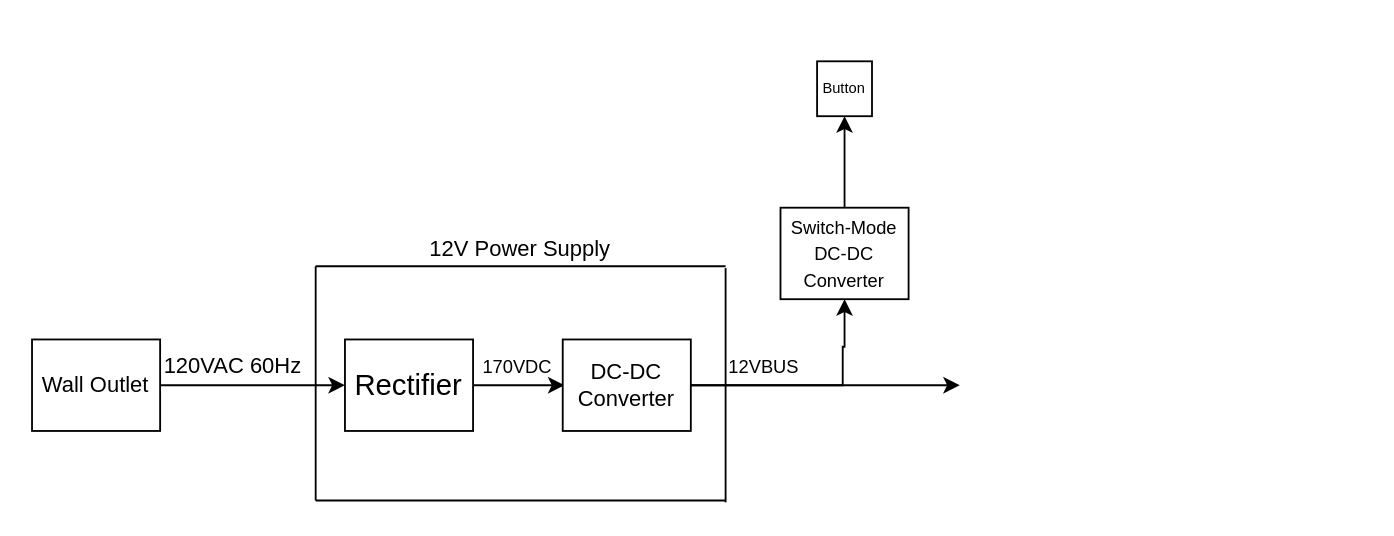
Before: System_Architecture.drawio in CodeAndJosh/fan_project, a draw.io diagram. Source tidied: cells renumbered, new cells numbered last; positions are measured from the earlier drawing's top-left corner, leaving out a move shared by most shapes. Both pictures are drawn from the tidied source at 183%, with x=0, y=0 at pixel (31, 60).
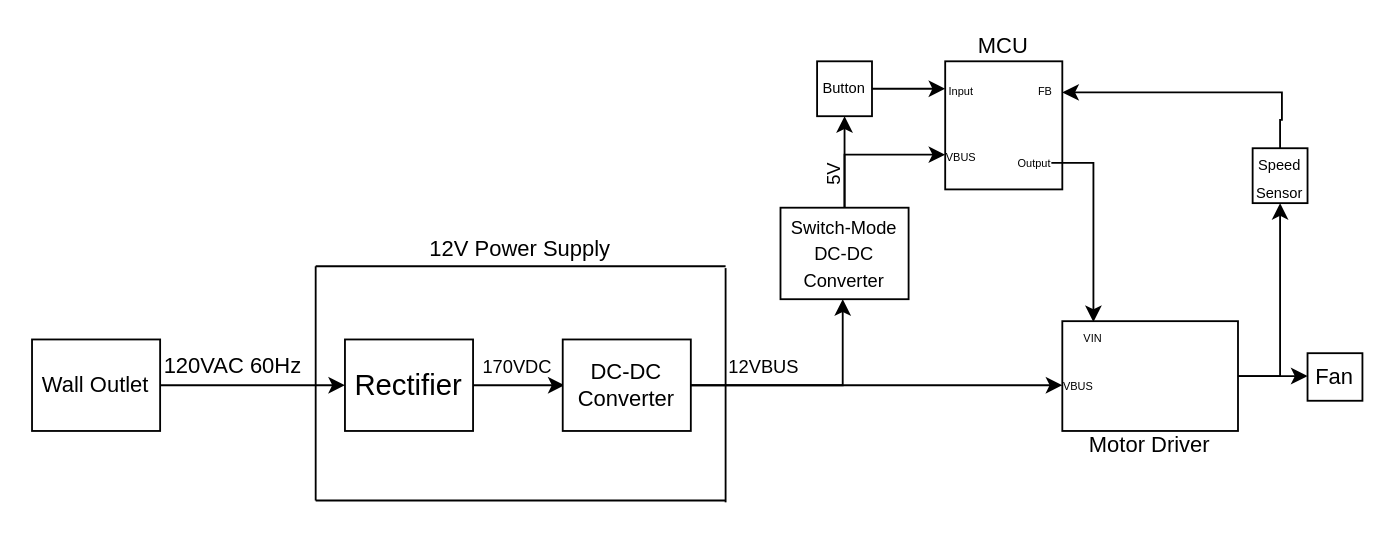
The same diagram, later.

Unchanged cells that the change refers to:
```xml
<mxCell id="8" value="&lt;font style=&quot;font-size: 8px;&quot;&gt;Button&lt;/font&gt;" style="whiteSpace=wrap;html=1;verticalAlign=top;" parent="1" vertex="1">
  <mxGeometry x="429" width="30" height="30" as="geometry" />
</mxCell>
<mxCell id="9" value="&lt;font&gt;DC-DC Converter&lt;/font&gt;" style="rounded=0;whiteSpace=wrap;html=1;" parent="1" vertex="1">
  <mxGeometry x="290" y="152" width="70" height="50" as="geometry" />
</mxCell>
<mxCell id="19" value="&lt;div&gt;&lt;font style=&quot;font-size: 10px;&quot;&gt;Switch-Mode&lt;/font&gt;&lt;/div&gt;&lt;font style=&quot;font-size: 10px;&quot;&gt;DC-DC Converter&lt;/font&gt;" style="rounded=0;whiteSpace=wrap;html=1;" parent="1" vertex="1">
  <mxGeometry x="409" y="80" width="70" height="50" as="geometry" />
</mxCell>
```

Change to the diagram source:
```diff
@@
-    <mxCell id="15" style="endArrow=classic;html=1;rounded=0;exitX=1;exitY=0.5;exitDx=0;exitDy=0;edgeStyle=orthogonalEdgeStyle;" parent="1" edge="1" source="9">
-      <mxGeometry relative="1" as="geometry">
-        <mxPoint x="507" y="177" as="targetPoint" />
-        <Array as="points">
-          <mxPoint x="435" y="177" />
-          <mxPoint x="435" y="177" />
-        </Array>
-      </mxGeometry>
+    <mxCell id="15" style="endArrow=classic;html=1;rounded=0;exitX=1;exitY=0.5;exitDx=0;exitDy=0;edgeStyle=orthogonalEdgeStyle;entryX=0;entryY=0.5;entryDx=0;entryDy=0;" parent="1" edge="1" source="9" target="33">
+      <mxGeometry relative="1" as="geometry" />
     </mxCell>
@@
     <mxCell id="17" style="edgeStyle=orthogonalEdgeStyle;rounded=0;jettySize=auto;html=1;startArrow=classic;startFill=1;endArrow=none;endFill=0;entryX=1;entryY=0.5;entryDx=0;entryDy=0;" parent="1" edge="1" source="19" target="9">
       <mxGeometry relative="1" as="geometry">
         <Array as="points">
-          <mxPoint x="444" y="156" />
-          <mxPoint x="443" y="156" />
           <mxPoint x="443" y="177" />
         </Array>
       </mxGeometry>
     </mxCell>
@@
+    <mxCell id="20" style="rounded=0;whiteSpace=wrap;html=1;horizontal=1;textDirection=vertical-lr;" parent="1" vertex="1">
+      <mxGeometry x="499" width="64" height="70" as="geometry" />
+    </mxCell>
+    <mxCell id="21" value="MCU" style="text;html=1;whiteSpace=wrap;strokeColor=none;fillColor=none;align=center;verticalAlign=middle;rounded=0;" parent="1" vertex="1">
+      <mxGeometry x="487" y="-16" width="88" height="15" as="geometry" />
+    </mxCell>
+    <mxCell id="22" value="&lt;font style=&quot;font-size: 10px;&quot;&gt;5V&lt;/font&gt;" style="text;html=1;whiteSpace=wrap;strokeColor=none;fillColor=none;align=left;verticalAlign=middle;rounded=0;horizontal=0;" parent="1" vertex="1">
+      <mxGeometry x="429" y="55" width="18" height="15" as="geometry" />
+    </mxCell>
+    <mxCell id="23" style="edgeStyle=orthogonalEdgeStyle;rounded=0;jettySize=auto;html=1;entryX=0.5;entryY=1;entryDx=0;entryDy=0;" parent="1" edge="1" source="25" target="37">
+      <mxGeometry relative="1" as="geometry" />
+    </mxCell>
+    <mxCell id="24" style="edgeStyle=orthogonalEdgeStyle;rounded=0;jettySize=auto;html=1;exitX=1;exitY=0.5;exitDx=0;exitDy=0;entryX=0;entryY=0.5;entryDx=0;entryDy=0;" parent="1" edge="1" source="25" target="38">
+      <mxGeometry relative="1" as="geometry" />
+    </mxCell>
+    <mxCell id="25" style="rounded=0;whiteSpace=wrap;html=1;" parent="1" vertex="1">
+      <mxGeometry x="563" y="142" width="96" height="60" as="geometry" />
+    </mxCell>
+    <mxCell id="26" style="edgeStyle=orthogonalEdgeStyle;rounded=0;jettySize=auto;html=1;startArrow=classic;startFill=1;endArrow=none;endFill=0;entryX=0.5;entryY=0;entryDx=0;entryDy=0;" parent="1" edge="1" source="27" target="19">
+      <mxGeometry relative="1" as="geometry">
+        <Array as="points">
+          <mxPoint x="444" y="51" />
+        </Array>
+      </mxGeometry>
+    </mxCell>
+    <mxCell id="27" value="&lt;font style=&quot;font-size: 6px;&quot;&gt;VBUS&lt;/font&gt;" style="text;html=1;whiteSpace=wrap;strokeColor=none;fillColor=none;align=center;verticalAlign=middle;rounded=0;spacing=2;" parent="1" vertex="1">
+      <mxGeometry x="499" y="47" width="18" height="8" as="geometry" />
+    </mxCell>
+    <mxCell id="28" style="edgeStyle=orthogonalEdgeStyle;rounded=0;jettySize=auto;html=1;entryX=1;entryY=0.5;entryDx=0;entryDy=0;startArrow=classic;startFill=1;endArrow=none;endFill=0;" parent="1" edge="1" source="29" target="8">
+      <mxGeometry relative="1" as="geometry" />
+    </mxCell>
+    <mxCell id="29" value="&lt;span style=&quot;font-size: 6px;&quot;&gt;Input&lt;/span&gt;" style="text;html=1;whiteSpace=wrap;strokeColor=none;fillColor=none;align=center;verticalAlign=middle;rounded=0;spacing=2;" parent="1" vertex="1">
+      <mxGeometry x="499" y="11" width="18" height="8" as="geometry" />
+    </mxCell>
+    <mxCell id="30" value="&lt;span style=&quot;font-size: 6px;&quot;&gt;FB&lt;/span&gt;" style="text;html=1;whiteSpace=wrap;strokeColor=none;fillColor=none;align=center;verticalAlign=middle;rounded=0;spacing=2;" parent="1" vertex="1">
+      <mxGeometry x="545" y="11" width="18" height="8" as="geometry" />
+    </mxCell>
+    <mxCell id="31" style="edgeStyle=orthogonalEdgeStyle;rounded=0;jettySize=auto;html=1;entryX=0.5;entryY=0;entryDx=0;entryDy=0;" parent="1" edge="1" source="32" target="34">
+      <mxGeometry relative="1" as="geometry" />
+    </mxCell>
+    <mxCell id="32" value="&lt;font style=&quot;font-size: 6px;&quot;&gt;Output&lt;/font&gt;" style="text;html=1;whiteSpace=wrap;strokeColor=none;fillColor=none;align=center;verticalAlign=bottom;rounded=0;spacing=3;" parent="1" vertex="1">
+      <mxGeometry x="539" y="47" width="18" height="17" as="geometry" />
+    </mxCell>
+    <mxCell id="33" value="&lt;font style=&quot;font-size: 6px;&quot;&gt;VBUS&lt;/font&gt;" style="text;html=1;whiteSpace=wrap;strokeColor=none;fillColor=none;align=center;verticalAlign=bottom;rounded=0;spacing=3;" parent="1" vertex="1">
+      <mxGeometry x="563" y="168.5" width="18" height="17" as="geometry" />
+    </mxCell>
+    <mxCell id="34" value="&lt;font style=&quot;font-size: 6px;&quot;&gt;VIN&lt;/font&gt;" style="text;html=1;whiteSpace=wrap;strokeColor=none;fillColor=none;align=center;verticalAlign=bottom;rounded=0;spacing=3;" parent="1" vertex="1">
+      <mxGeometry x="571" y="142.5" width="18" height="17" as="geometry" />
+    </mxCell>
+    <mxCell id="35" value="Motor Driver" style="text;html=1;whiteSpace=wrap;strokeColor=none;fillColor=none;align=center;verticalAlign=middle;rounded=0;" parent="1" vertex="1">
+      <mxGeometry x="576" y="195" width="70" height="30" as="geometry" />
+    </mxCell>
+    <mxCell id="36" style="edgeStyle=orthogonalEdgeStyle;rounded=0;jettySize=auto;html=1;entryX=1;entryY=0.75;entryDx=0;entryDy=0;exitX=0.5;exitY=0;exitDx=0;exitDy=0;" parent="1" edge="1" source="37" target="30">
+      <mxGeometry relative="1" as="geometry">
+        <Array as="points">
+          <mxPoint x="682" y="32" />
+          <mxPoint x="683" y="32" />
+          <mxPoint x="683" y="17" />
+        </Array>
+      </mxGeometry>
+    </mxCell>
+    <mxCell id="37" value="&lt;div style=&quot;&quot;&gt;&lt;span style=&quot;font-size: 8px; background-color: transparent; color: light-dark(rgb(0, 0, 0), rgb(255, 255, 255));&quot;&gt;Speed Sensor&lt;/span&gt;&lt;/div&gt;" style="whiteSpace=wrap;html=1;verticalAlign=middle;align=center;" parent="1" vertex="1">
+      <mxGeometry x="667" y="47.5" width="30" height="30" as="geometry" />
+    </mxCell>
+    <mxCell id="38" value="Fan" style="rounded=0;whiteSpace=wrap;html=1;" parent="1" vertex="1">
+      <mxGeometry x="697" y="159.5" width="30" height="26" as="geometry" />
+    </mxCell>
```
